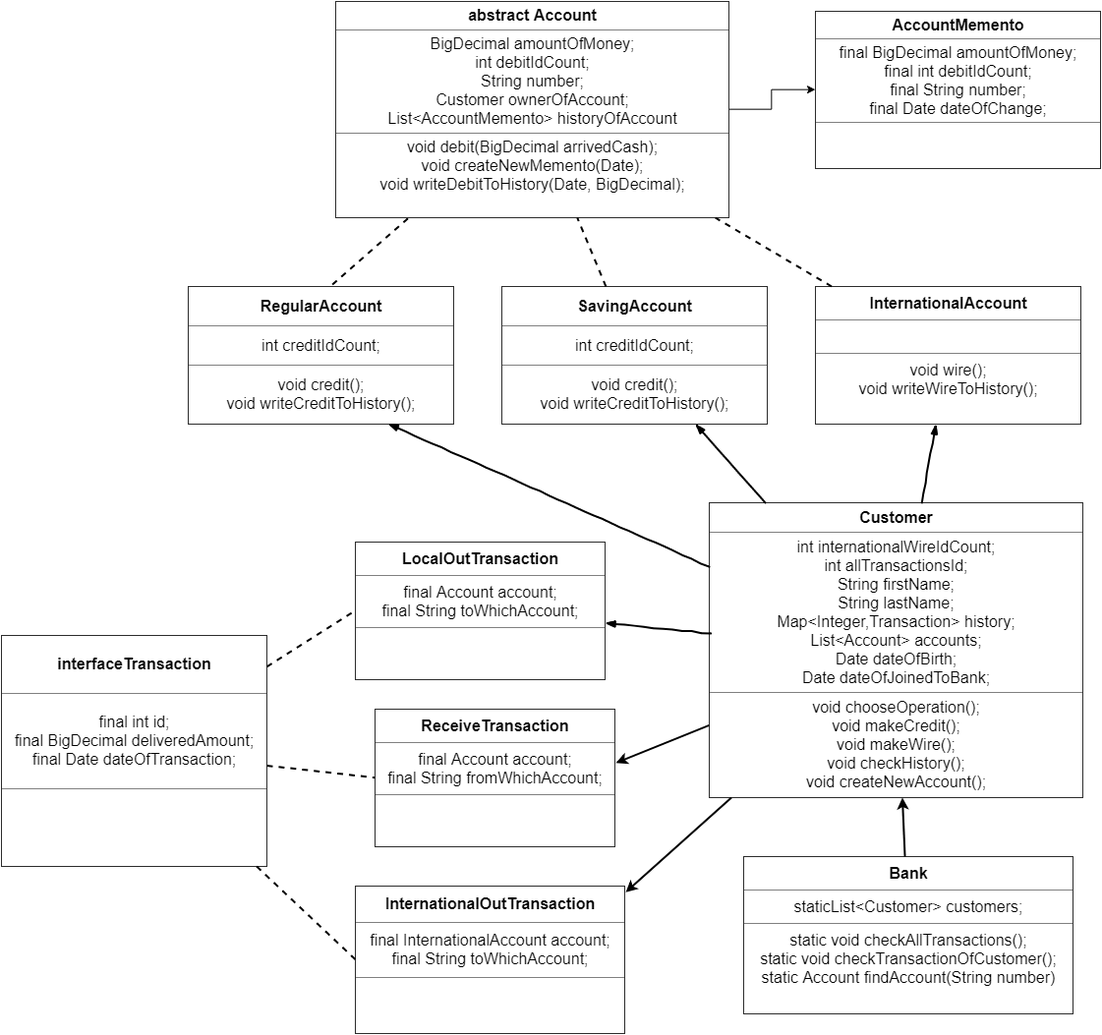
Before: BankOneDiagram2.png, a diagram exported from draw.io (andreychorny/AdvancedJavaProject). Source tidied: cells renumbered, new cells last; positions are measured from the earlier drawing's top-left corner, leaving out a move shared by most shapes.
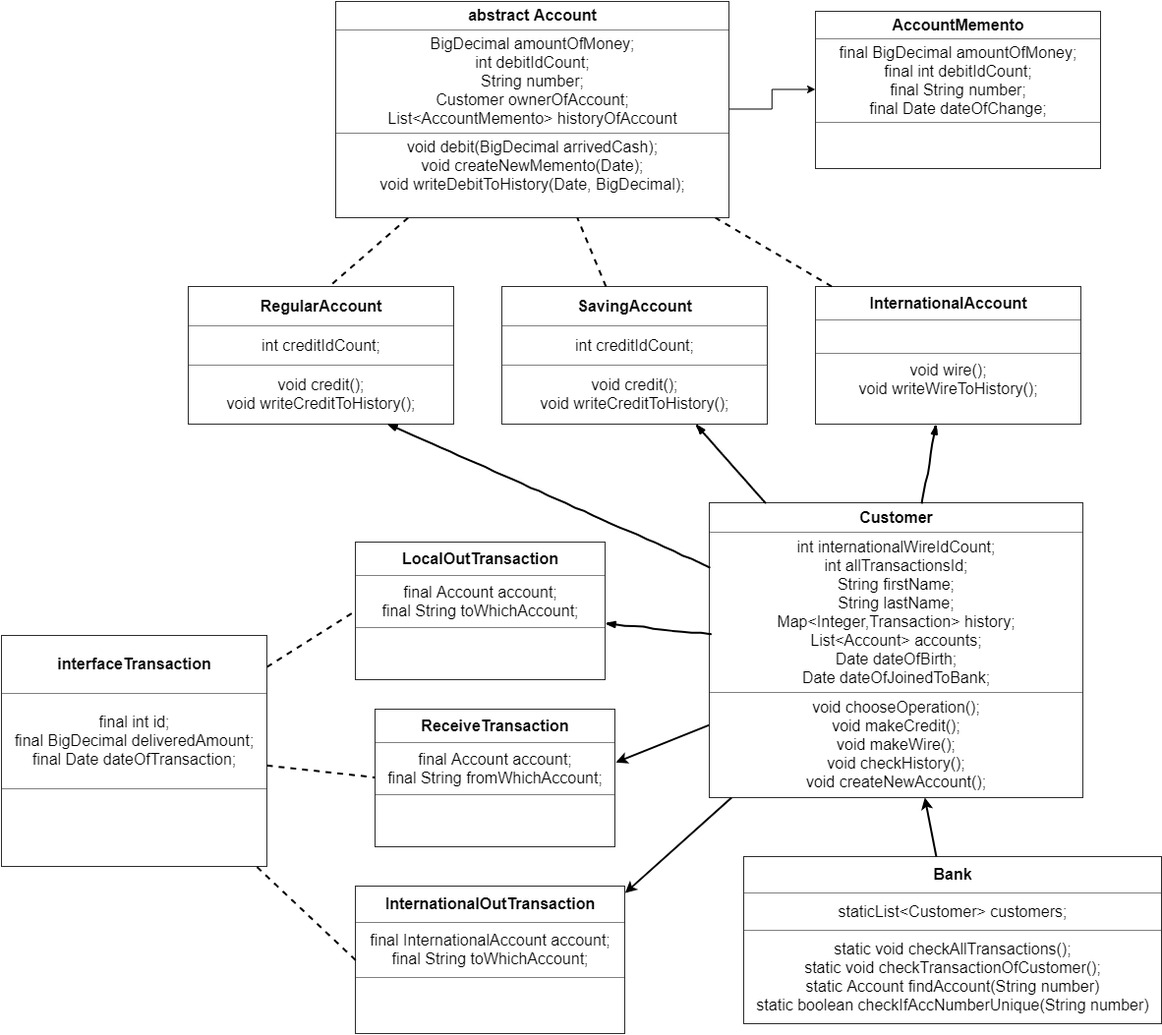
The same diagram one commit later.

What changed in the source:
```diff
@@ -44,8 +44,8 @@
     <mxCell id="15" style="endArrow=none;dashed=1;html=1;fontSize=16;targetPerimeterSpacing=0;endSize=6;strokeWidth=2;" parent="1" edge="1" source="6" target="4">
       <mxGeometry relative="1" as="geometry" />
     </mxCell>
-    <mxCell id="16" value="&lt;table border=&quot;1&quot; width=&quot;100%&quot; cellpadding=&quot;4&quot; style=&quot;width: 100% ; height: 100% ; border-collapse: collapse ; font-size: 16px&quot;&gt;&lt;tbody style=&quot;font-size: 16px&quot;&gt;&lt;tr style=&quot;font-size: 16px&quot;&gt;&lt;th align=&quot;center&quot;&gt;Bank&lt;/th&gt;&lt;/tr&gt;&lt;tr style=&quot;font-size: 16px&quot;&gt;&lt;td align=&quot;center&quot; style=&quot;font-size: 16px&quot;&gt;staticList&amp;lt;Customer&amp;gt; customers;&lt;/td&gt;&lt;/tr&gt;&lt;tr style=&quot;font-size: 16px&quot;&gt;&lt;td align=&quot;center&quot; style=&quot;font-size: 16px&quot;&gt;static void checkAllTransactions();&lt;br&gt;static void checkTransactionOfCustomer();&lt;br&gt;static Account findAccount(String number)&lt;br style=&quot;font-size: 16px&quot;&gt;&lt;br style=&quot;font-size: 16px&quot;&gt;&lt;/td&gt;&lt;/tr&gt;&lt;/tbody&gt;&lt;/table&gt;" style="text;html=1;strokeColor=none;fillColor=none;overflow=fill;strokeWidth=2;fontSize=16;" parent="1" vertex="1">
-      <mxGeometry x="755" y="870" width="335" height="160" as="geometry" />
+    <mxCell id="16" value="&lt;table border=&quot;1&quot; width=&quot;100%&quot; cellpadding=&quot;4&quot; style=&quot;width: 100% ; height: 100% ; border-collapse: collapse ; font-size: 16px&quot;&gt;&lt;tbody style=&quot;font-size: 16px&quot;&gt;&lt;tr style=&quot;font-size: 16px&quot;&gt;&lt;th align=&quot;center&quot;&gt;Bank&lt;/th&gt;&lt;/tr&gt;&lt;tr style=&quot;font-size: 16px&quot;&gt;&lt;td align=&quot;center&quot; style=&quot;font-size: 16px&quot;&gt;staticList&amp;lt;Customer&amp;gt; customers;&lt;/td&gt;&lt;/tr&gt;&lt;tr style=&quot;font-size: 16px&quot;&gt;&lt;td align=&quot;center&quot; style=&quot;font-size: 16px&quot;&gt;static void checkAllTransactions();&lt;br&gt;static void checkTransactionOfCustomer();&lt;br&gt;static Account findAccount(String number)&lt;br style=&quot;font-size: 16px&quot;&gt;static boolean checkIfAccNumberUnique(String number)&lt;/td&gt;&lt;/tr&gt;&lt;/tbody&gt;&lt;/table&gt;" style="text;html=1;strokeColor=none;fillColor=none;overflow=fill;strokeWidth=2;fontSize=16;" parent="1" vertex="1">
+      <mxGeometry x="755" y="870" width="425" height="170" as="geometry" />
     </mxCell>
     <mxCell id="17" style="endArrow=classic;html=1;strokeWidth=2;fontSize=16;" parent="1" edge="1" source="16" target="8">
       <mxGeometry relative="1" as="geometry" />
```
